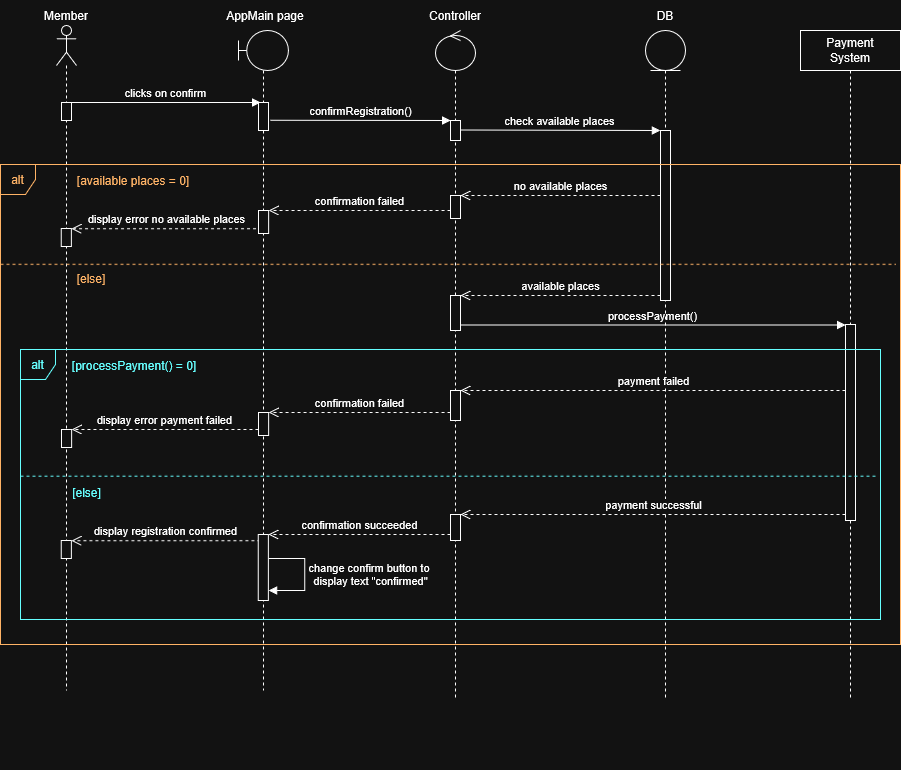
This is uml diagram/confirmRegistration.png from rayenbenyoussef/Jci_Manager, a draw.io export, as it was before one commit. Source tidied: cells renumbered, new cells last; positions are measured from the earlier drawing's top-left corner, leaving out a move shared by most shapes.
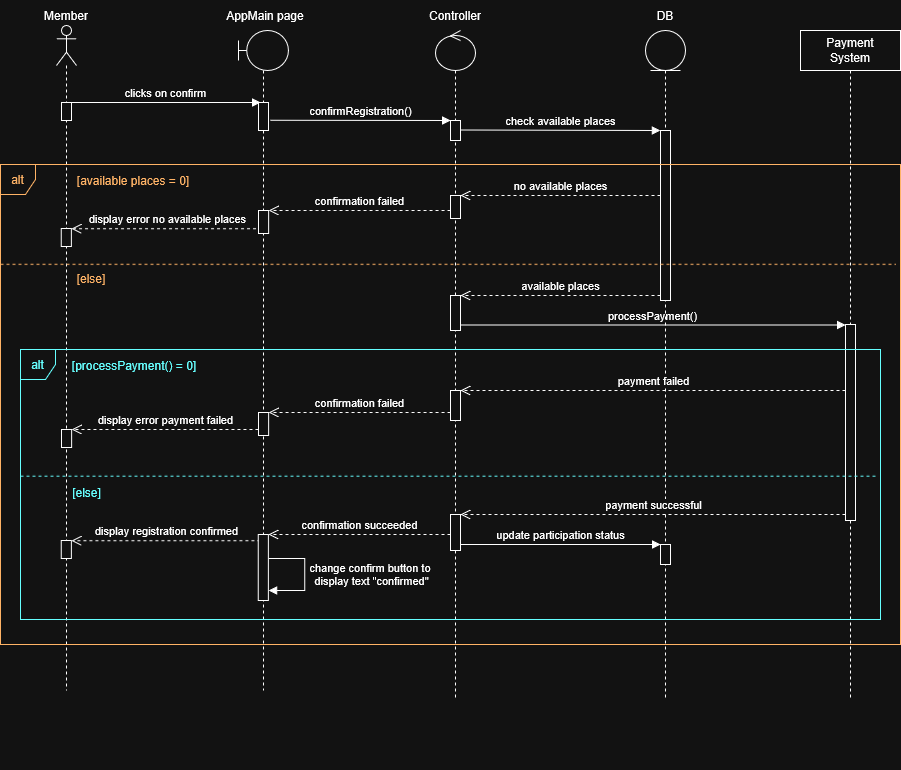
After the change.

The edit, as a diff of the source:
```diff
@@ -113,7 +113,7 @@
       <mxGeometry x="15" y="360" width="10" height="30" as="geometry" />
     </mxCell>
     <mxCell id="32" style="html=1;points=[[0,0,0,0,5],[0,1,0,0,-5],[1,0,0,0,5],[1,1,0,0,-5]];perimeter=orthogonalPerimeter;outlineConnect=0;targetShapes=umlLifeline;portConstraint=eastwest;newEdgeStyle={&quot;curved&quot;:0,&quot;rounded&quot;:0};" parent="30" vertex="1">
-      <mxGeometry x="15" y="484" width="10" height="26" as="geometry" />
+      <mxGeometry x="15" y="484" width="10" height="36" as="geometry" />
     </mxCell>
     <mxCell id="33" style="html=1;points=[[0,0,0,0,5],[0,1,0,0,-5],[1,0,0,0,5],[1,1,0,0,-5]];perimeter=orthogonalPerimeter;outlineConnect=0;targetShapes=umlLifeline;portConstraint=eastwest;newEdgeStyle={&quot;curved&quot;:0,&quot;rounded&quot;:0};" parent="30" vertex="1">
       <mxGeometry x="15" y="165" width="10" height="23" as="geometry" />
@@ -133,6 +133,9 @@
     <mxCell id="38" style="shape=umlLifeline;perimeter=lifelinePerimeter;whiteSpace=wrap;html=1;newEdgeStyle={&quot;curved&quot;:0,&quot;rounded&quot;:0};participant=umlEntity;" parent="37" vertex="1">
       <mxGeometry x="35" y="30" width="40" height="670" as="geometry" />
     </mxCell>
+    <mxCell id="54" style="html=1;perimeter=orthogonalPerimeter;targetShapes=umlLifeline;newEdgeStyle={&quot;curved&quot;:0,&quot;rounded&quot;:0};" parent="38" vertex="1">
+      <mxGeometry x="15" y="514" width="10" height="20" as="geometry" />
+    </mxCell>
     <mxCell id="39" value="DB" style="text;html=1;whiteSpace=wrap;strokeColor=none;fillColor=none;align=center;verticalAlign=middle;rounded=0;" parent="37" vertex="1">
       <mxGeometry width="110" height="30" as="geometry" />
     </mxCell>
@@ -199,5 +202,11 @@
     <mxCell id="53" value="&lt;span style=&quot;color: light-dark(rgb(0, 0, 0), rgb(102, 255, 255));&quot;&gt;alt&lt;/span&gt;" style="shape=umlFrame;whiteSpace=wrap;html=1;width=35;height=30;fillColor=none;strokeColor=light-dark(#000000,#66FFFF);" parent="1" vertex="1">
       <mxGeometry x="20" y="349.1" width="860" height="270" as="geometry" />
     </mxCell>
+    <mxCell id="55" value="update participation status" style="html=1;verticalAlign=bottom;endArrow=block;curved=0;rounded=0;strokeColor=light-dark(#000000,#FFFFFF);" parent="1" edge="1">
+      <mxGeometry relative="1" as="geometry">
+        <mxPoint x="460" y="544" as="sourcePoint" />
+        <mxPoint x="660" y="544" as="targetPoint" />
+      </mxGeometry>
+    </mxCell>
   </root>
 </mxGraphModel>
```
